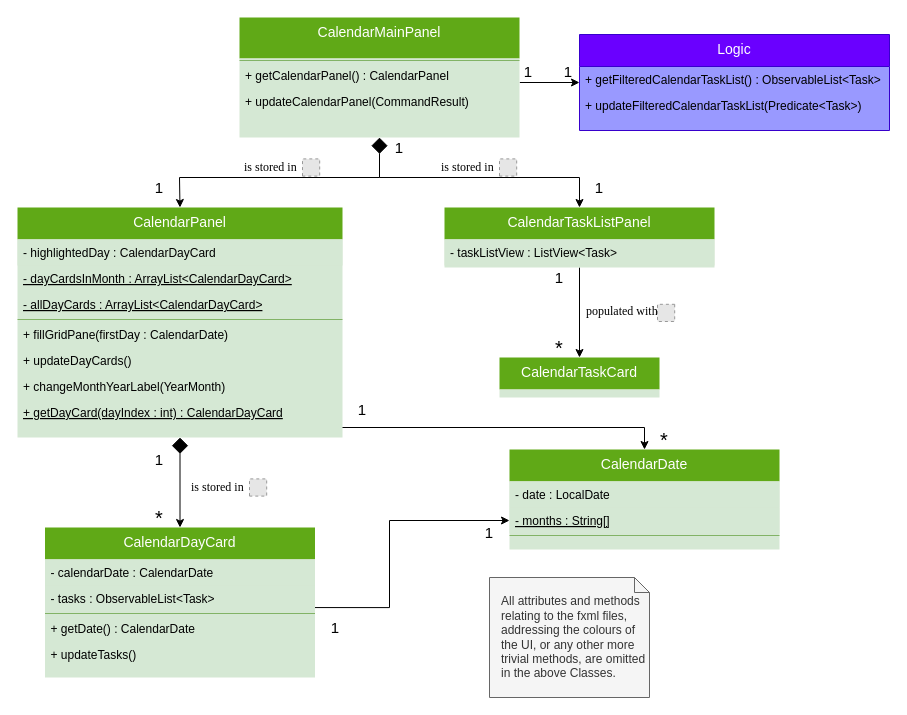
Earlier version of the draw.io diagram docs/diagrams/CalendarUiClassDiagram.drawio (yapdianhao/main). Source tidied: cells renumbered, new cells numbered last; positions are measured from the earlier drawing's top-left corner, leaving out a move shared by most shapes. Both pictures are drawn from the tidied source at 100%, with x=0, y=0 at pixel (17, 17). Pictures stored in the file or linked from it are replaced by grey dashed boxes.
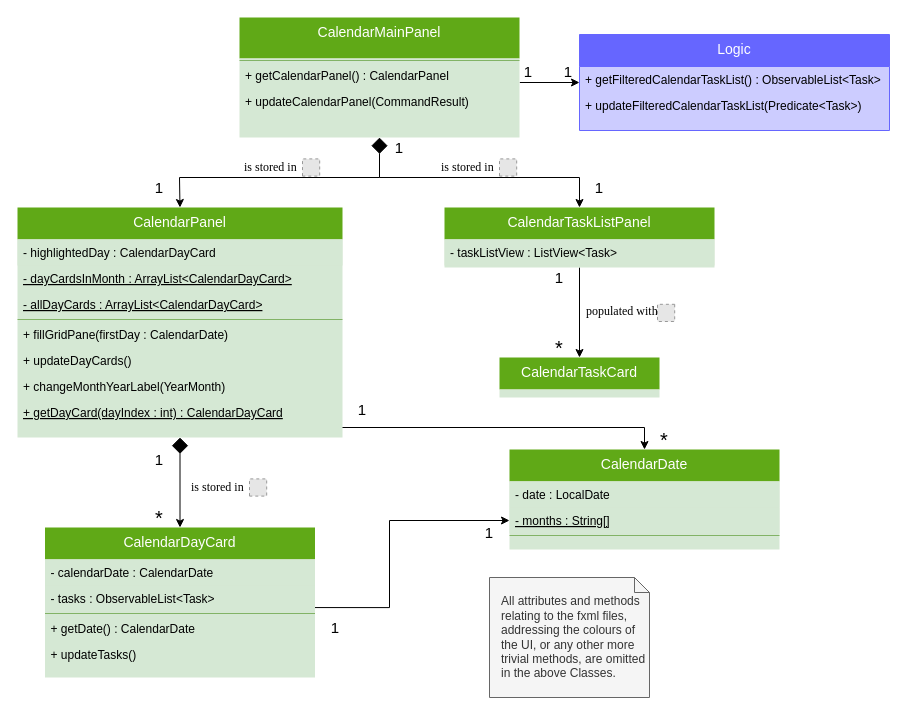
The same diagram, later.

Commit message (it also covers changes not shown here):
updated colour in calendar class diagram

Diff of the diagram source:
```diff
@@
-    <mxCell id="29" value="Logic" style="swimlane;fontStyle=0;align=center;verticalAlign=top;horizontal=1;startSize=32;rounded=0;shadow=0;strokeWidth=1;fillColor=#6a00ff;strokeColor=#3700CC;fontColor=#ffffff;swimlaneFillColor=#9999FF;fontSize=14;" parent="1" vertex="1">
+    <mxCell id="29" value="Logic" style="swimlane;fontStyle=0;align=center;verticalAlign=top;horizontal=1;startSize=32;rounded=0;shadow=0;strokeWidth=1;fillColor=#6666FF;strokeColor=#6666FF;fontColor=#ffffff;swimlaneFillColor=#CCCCFF;fontSize=14;" parent="1" vertex="1">
       <mxGeometry x="562" y="17" width="310" height="96" as="geometry" />
     </mxCell>
```
